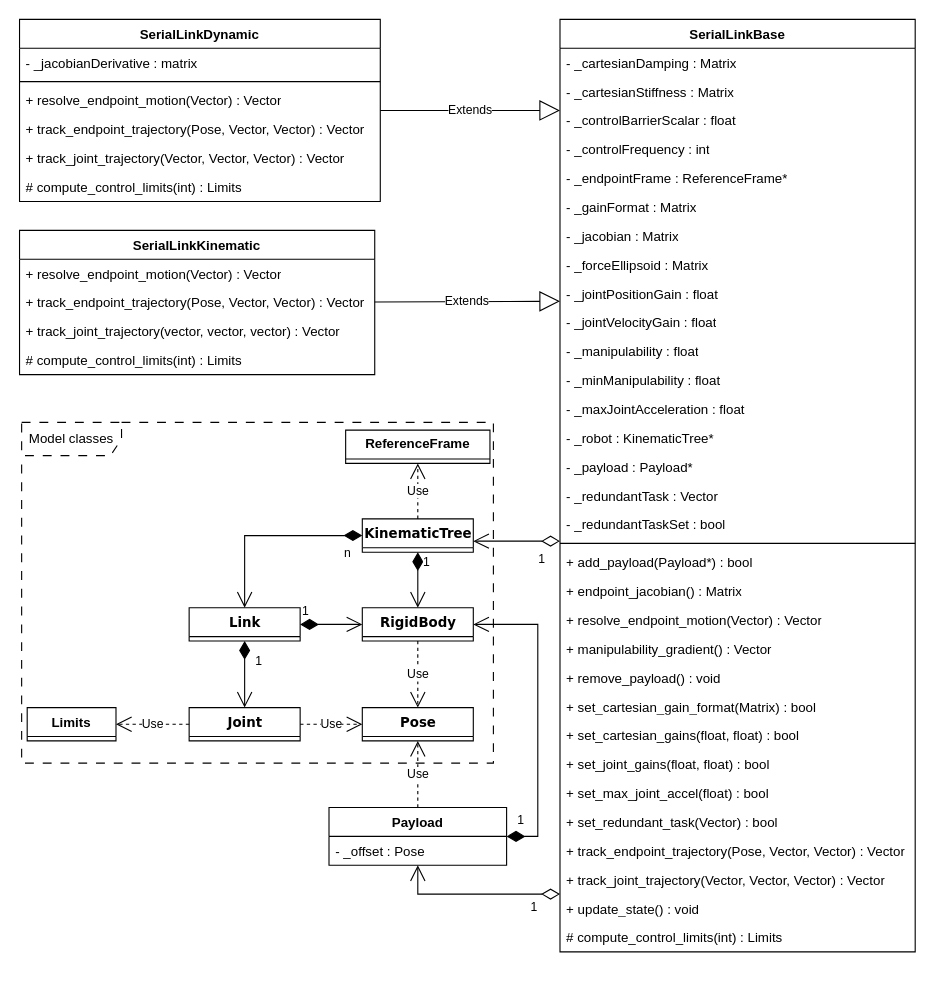
Before: page "SerialLink" (1 of 2) of Control/doc/ControlClassDiagrams.drawio in Woolfrey/software_robot_library, a draw.io diagram. Source tidied: cells renumbered, new cells numbered last; positions are measured from the earlier drawing's top-left corner, leaving out a move shared by most shapes. Both pictures are drawn from the tidied source at 111%, with x=0, y=0 at pixel (19, 19).
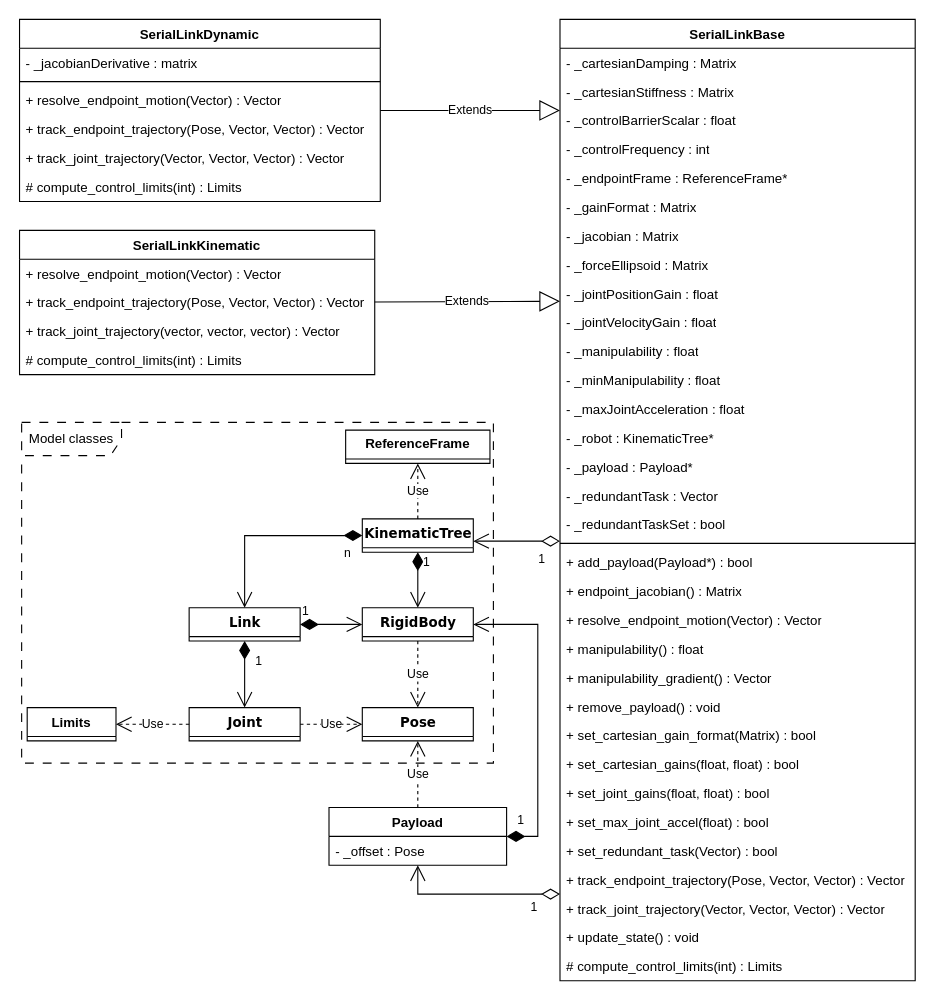
The same diagram, later.

Change to the diagram source:
```diff
@@
     <mxCell id="2" value="SerialLinkBase" style="swimlane;fontStyle=1;align=center;verticalAlign=top;horizontal=1;startSize=26;whiteSpace=wrap;html=1;" parent="1" vertex="1">
-      <mxGeometry x="487" width="320" height="840" as="geometry" />
+      <mxGeometry x="487" width="320" height="866" as="geometry" />
     </mxCell>
@@
-    <mxCell id="24" value="+ manipulability_gradient() : Vector" style="text;strokeColor=none;fillColor=none;align=left;verticalAlign=top;spacingLeft=4;spacingRight=4;overflow=hidden;whiteSpace=wrap;html=1;" parent="2" vertex="1">
+    <mxCell id="24" value="+ manipulability() : float" style="text;strokeColor=none;fillColor=none;align=left;verticalAlign=top;spacingLeft=4;spacingRight=4;overflow=hidden;whiteSpace=wrap;html=1;" parent="2" vertex="1">
       <mxGeometry y="554" width="320" height="26" as="geometry" />
     </mxCell>
+    <mxCell id="71" value="+ manipulability_gradient() : Vector" style="text;strokeColor=none;fillColor=none;align=left;verticalAlign=top;spacingLeft=4;spacingRight=4;overflow=hidden;whiteSpace=wrap;html=1;" parent="2" vertex="1">
+      <mxGeometry y="580" width="320" height="26" as="geometry" />
+    </mxCell>
     <mxCell id="25" value="+ remove_payload() : void" style="text;strokeColor=none;fillColor=none;align=left;verticalAlign=top;spacingLeft=4;spacingRight=4;overflow=hidden;whiteSpace=wrap;html=1;" parent="2" vertex="1">
-      <mxGeometry y="580" width="320" height="26" as="geometry" />
+      <mxGeometry y="606" width="320" height="26" as="geometry" />
     </mxCell>
     <mxCell id="26" value="+ set_cartesian_gain_format(Matrix) : bool" style="text;strokeColor=none;fillColor=none;align=left;verticalAlign=top;spacingLeft=4;spacingRight=4;overflow=hidden;whiteSpace=wrap;html=1;" parent="2" vertex="1">
-      <mxGeometry y="606" width="320" height="26" as="geometry" />
+      <mxGeometry y="632" width="320" height="26" as="geometry" />
     </mxCell>
     <mxCell id="27" value="+ set_cartesian_gains(float, float) : bool" style="text;strokeColor=none;fillColor=none;align=left;verticalAlign=top;spacingLeft=4;spacingRight=4;overflow=hidden;whiteSpace=wrap;html=1;" parent="2" vertex="1">
-      <mxGeometry y="632" width="320" height="26" as="geometry" />
+      <mxGeometry y="658" width="320" height="26" as="geometry" />
     </mxCell>
     <mxCell id="28" value="+ set_joint_gains(float, float) : bool" style="text;strokeColor=none;fillColor=none;align=left;verticalAlign=top;spacingLeft=4;spacingRight=4;overflow=hidden;whiteSpace=wrap;html=1;" parent="2" vertex="1">
-      <mxGeometry y="658" width="320" height="26" as="geometry" />
+      <mxGeometry y="684" width="320" height="26" as="geometry" />
     </mxCell>
     <mxCell id="29" value="+ set_max_joint_accel(float) : bool" style="text;strokeColor=none;fillColor=none;align=left;verticalAlign=top;spacingLeft=4;spacingRight=4;overflow=hidden;whiteSpace=wrap;html=1;" parent="2" vertex="1">
-      <mxGeometry y="684" width="320" height="26" as="geometry" />
+      <mxGeometry y="710" width="320" height="26" as="geometry" />
     </mxCell>
     <mxCell id="30" value="+ set_redundant_task(Vector) : bool" style="text;strokeColor=none;fillColor=none;align=left;verticalAlign=top;spacingLeft=4;spacingRight=4;overflow=hidden;whiteSpace=wrap;html=1;" parent="2" vertex="1">
-      <mxGeometry y="710" width="320" height="26" as="geometry" />
+      <mxGeometry y="736" width="320" height="26" as="geometry" />
     </mxCell>
     <mxCell id="31" value="+ track_endpoint_trajectory(Pose, Vector, Vector) : Vector" style="text;strokeColor=none;fillColor=none;align=left;verticalAlign=top;spacingLeft=4;spacingRight=4;overflow=hidden;whiteSpace=wrap;html=1;" parent="2" vertex="1">
-      <mxGeometry y="736" width="320" height="26" as="geometry" />
+      <mxGeometry y="762" width="320" height="26" as="geometry" />
     </mxCell>
     <mxCell id="32" value="+ track_joint_trajectory(Vector, Vector, Vector) : Vector" style="text;strokeColor=none;fillColor=none;align=left;verticalAlign=top;spacingLeft=4;spacingRight=4;overflow=hidden;whiteSpace=wrap;html=1;" parent="2" vertex="1">
-      <mxGeometry y="762" width="320" height="26" as="geometry" />
+      <mxGeometry y="788" width="320" height="26" as="geometry" />
     </mxCell>
     <mxCell id="33" value="+ update_state() : void" style="text;strokeColor=none;fillColor=none;align=left;verticalAlign=top;spacingLeft=4;spacingRight=4;overflow=hidden;whiteSpace=wrap;html=1;" parent="2" vertex="1">
-      <mxGeometry y="788" width="320" height="26" as="geometry" />
+      <mxGeometry y="814" width="320" height="26" as="geometry" />
     </mxCell>
     <mxCell id="34" value="# compute_control_limits(int) : Limits" style="text;strokeColor=none;fillColor=none;align=left;verticalAlign=top;spacingLeft=4;spacingRight=4;overflow=hidden;whiteSpace=wrap;html=1;" parent="2" vertex="1">
-      <mxGeometry y="814" width="320" height="26" as="geometry" />
+      <mxGeometry y="840" width="320" height="26" as="geometry" />
     </mxCell>
```
